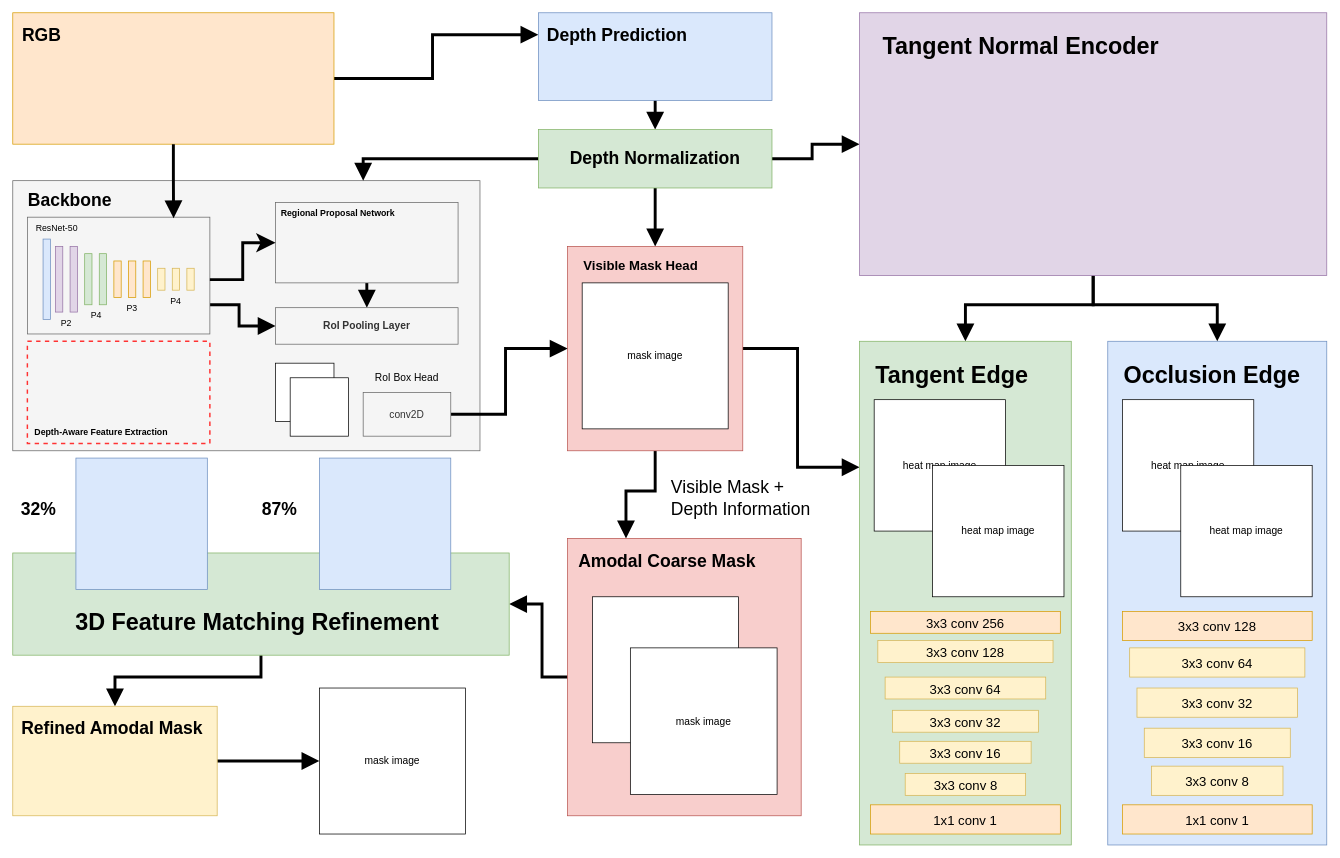
JingchengYang4/DAIS keeps this draw.io diagram as results/pipeline.drawio. Above is the earlier version. Source tidied: cells renumbered, new cells numbered last; positions are measured from the earlier drawing's top-left corner, leaving out a move shared by most shapes. Both pictures are drawn from the tidied source at 73%, with x=0, y=0 at pixel (12, 12).
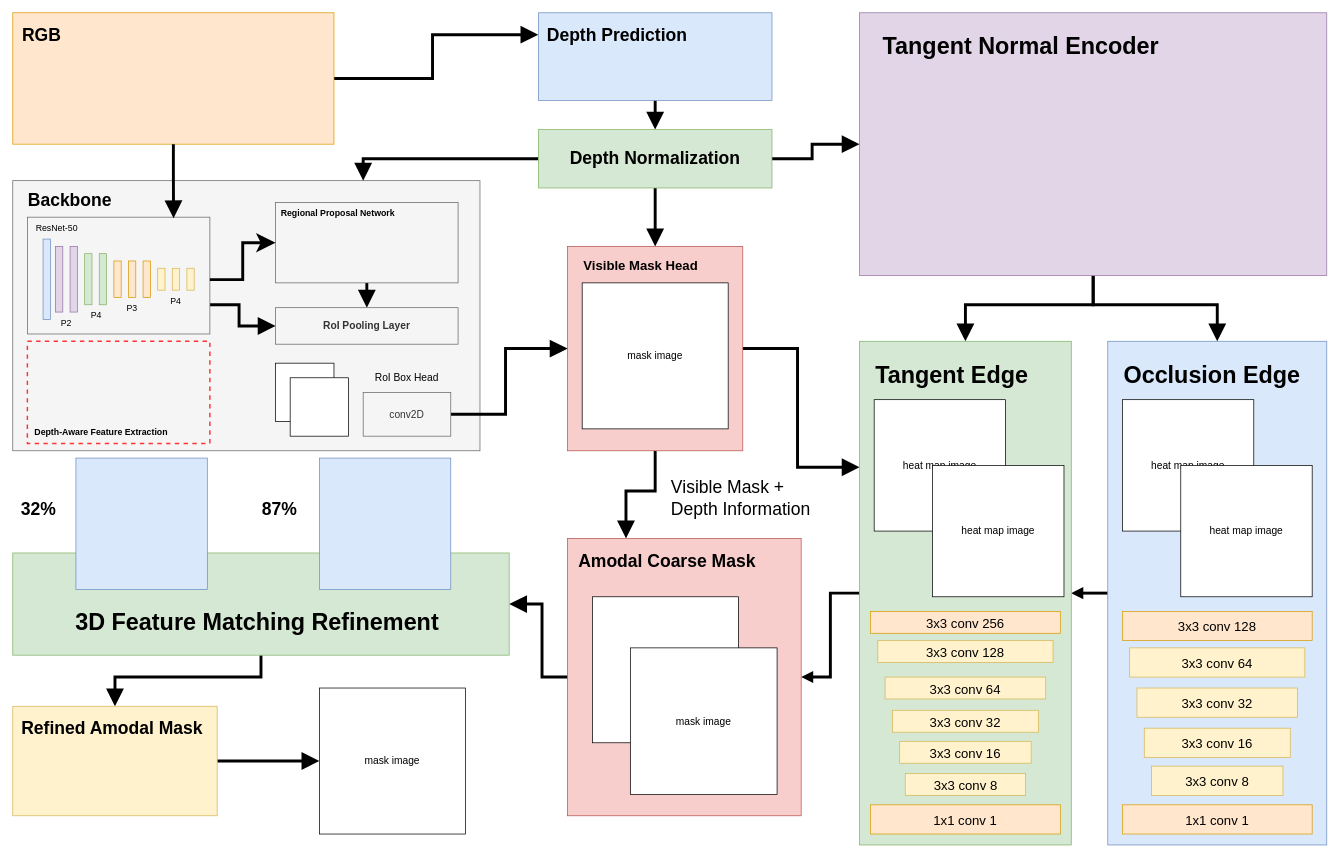
After the change.

The change refers to these unchanged cells:
```xml
<mxCell id="12" style="rounded=0;whiteSpace=wrap;html=1;fontSize=24;fillColor=#dae8fc;strokeColor=#6c8ebf;" parent="1" vertex="1">
  <mxGeometry x="1500" y="450" width="300" height="690" as="geometry" />
</mxCell>
<mxCell id="19" style="rounded=0;whiteSpace=wrap;html=1;fontSize=18;fillColor=#f8cecc;strokeColor=#b85450;" parent="1" vertex="1">
  <mxGeometry x="760" y="720" width="320" height="380" as="geometry" />
</mxCell>
<mxCell id="69" style="rounded=0;whiteSpace=wrap;html=1;fontSize=24;fillColor=#d5e8d4;strokeColor=#82b366;" parent="1" vertex="1">
  <mxGeometry x="1160" y="450" width="290" height="690" as="geometry" />
</mxCell>
```

Change to the diagram source:
```diff
@@
+    <mxCell id="92" style="edgeStyle=orthogonalEdgeStyle;rounded=0;jettySize=auto;html=1;entryX=1;entryY=0.5;entryDx=0;entryDy=0;strokeWidth=4;endArrow=block;endFill=1;" parent="1" edge="1" source="12" target="69">
+      <mxGeometry relative="1" as="geometry" />
+    </mxCell>
@@
+    <mxCell id="93" style="edgeStyle=orthogonalEdgeStyle;rounded=0;jettySize=auto;html=1;entryX=1;entryY=0.5;entryDx=0;entryDy=0;strokeWidth=4;endArrow=block;endFill=1;" parent="1" edge="1" source="69" target="19">
+      <mxGeometry relative="1" as="geometry" />
+    </mxCell>
```
